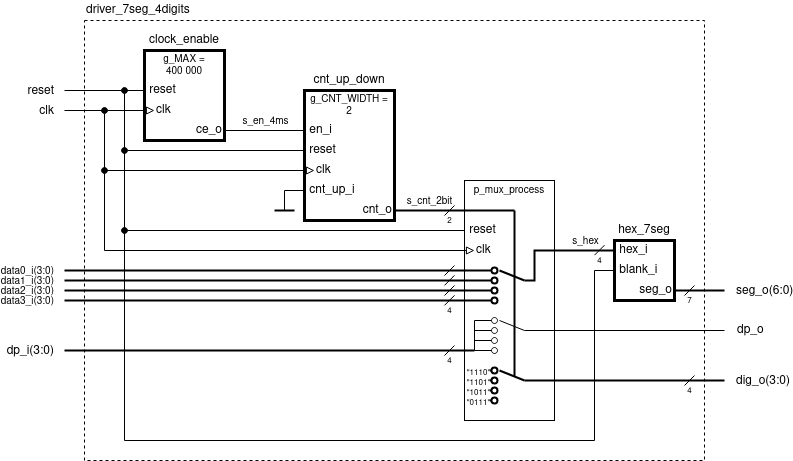
Above: labs/07-display_driver/images/schema_driver_4dig.png in tomas-fryza/vhdl-course (draw.io), before the change. Source tidied: cells renumbered, new cells last; positions are measured from the earlier drawing's top-left corner, leaving out a move shared by most shapes.
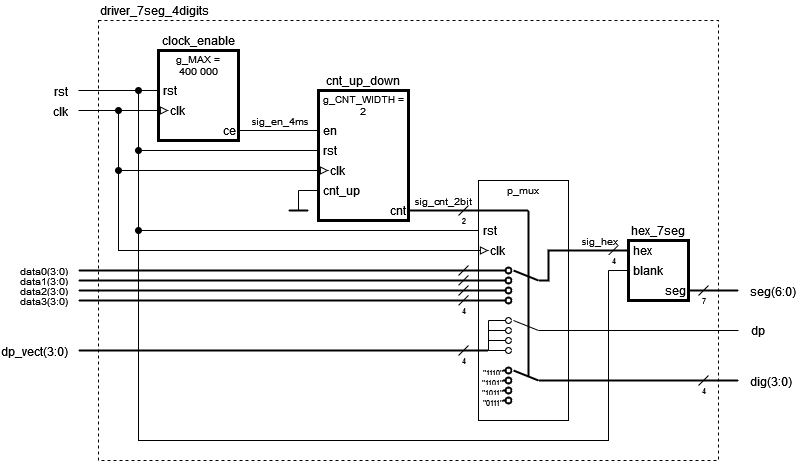
Later version of the same file.

Diff of the diagram source:
```diff
@@ -17,13 +17,13 @@
     <mxCell id="6" value="clock_enable" style="text;html=1;strokeColor=none;fillColor=none;align=center;verticalAlign=middle;whiteSpace=wrap;rounded=0;" parent="1" vertex="1">
       <mxGeometry x="80" y="30" width="80" height="20" as="geometry" />
     </mxCell>
-    <mxCell id="7" value="&lt;div&gt;&amp;nbsp;reset&lt;/div&gt;" style="text;html=1;strokeColor=none;fillColor=none;align=left;verticalAlign=middle;whiteSpace=wrap;rounded=0;" parent="1" vertex="1">
+    <mxCell id="7" value="&lt;div&gt;&amp;nbsp;rst&lt;/div&gt;" style="text;html=1;strokeColor=none;fillColor=none;align=left;verticalAlign=middle;whiteSpace=wrap;rounded=0;" parent="1" vertex="1">
       <mxGeometry x="80" y="80" width="70" height="20" as="geometry" />
     </mxCell>
     <mxCell id="8" value="clk" style="text;html=1;strokeColor=none;fillColor=none;align=left;verticalAlign=middle;whiteSpace=wrap;rounded=0;" parent="1" vertex="1">
       <mxGeometry x="90" y="100" width="70" height="20" as="geometry" />
     </mxCell>
-    <mxCell id="9" value="ce_o" style="text;html=1;strokeColor=none;fillColor=none;align=right;verticalAlign=middle;whiteSpace=wrap;rounded=0;" parent="1" vertex="1">
+    <mxCell id="9" value="ce" style="text;html=1;strokeColor=none;fillColor=none;align=right;verticalAlign=middle;whiteSpace=wrap;rounded=0;" parent="1" vertex="1">
       <mxGeometry x="100" y="120" width="60" height="20" as="geometry" />
     </mxCell>
     <mxCell id="10" style="endArrow=none;html=1;rounded=0;" parent="1" edge="1" target="7">
@@ -31,7 +31,7 @@
         <mxPoint y="90" as="sourcePoint" />
       </mxGeometry>
     </mxCell>
-    <mxCell id="11" value="reset" style="edgeLabel;html=1;align=right;verticalAlign=middle;fontSize=12;" parent="10" vertex="1">
+    <mxCell id="11" value="rst" style="edgeLabel;html=1;align=right;verticalAlign=middle;fontSize=12;" parent="10" vertex="1">
       <mxGeometry x="-0.83" relative="1" as="geometry">
         <mxPoint x="-17" as="offset" />
       </mxGeometry>
@@ -49,7 +49,7 @@
     <mxCell id="14" style="endArrow=none;html=1;rounded=0;" parent="1" edge="1" source="9" target="19">
       <mxGeometry relative="1" as="geometry" />
     </mxCell>
-    <mxCell id="15" value="s_en_4ms" style="edgeLabel;html=1;align=center;verticalAlign=middle;fontSize=10;" parent="14" vertex="1">
+    <mxCell id="15" value="sig_en_4ms" style="edgeLabel;html=1;align=center;verticalAlign=middle;fontSize=10;" parent="14" vertex="1">
       <mxGeometry x="0.34" relative="1" as="geometry">
         <mxPoint x="-14" y="-10" as="offset" />
       </mxGeometry>
@@ -63,19 +63,19 @@
     <mxCell id="18" value="cnt_up_down" style="text;html=1;strokeColor=none;fillColor=none;align=center;verticalAlign=middle;whiteSpace=wrap;rounded=0;" parent="1" vertex="1">
       <mxGeometry x="240" y="70" width="90" height="20" as="geometry" />
     </mxCell>
-    <mxCell id="19" value="&amp;nbsp;en_i" style="text;html=1;strokeColor=none;fillColor=none;align=left;verticalAlign=middle;whiteSpace=wrap;rounded=0;" parent="1" vertex="1">
+    <mxCell id="19" value="&amp;nbsp;en" style="text;html=1;strokeColor=none;fillColor=none;align=left;verticalAlign=middle;whiteSpace=wrap;rounded=0;" parent="1" vertex="1">
       <mxGeometry x="240" y="120" width="70" height="20" as="geometry" />
     </mxCell>
-    <mxCell id="20" value="&amp;nbsp;reset" style="text;html=1;strokeColor=none;fillColor=none;align=left;verticalAlign=middle;whiteSpace=wrap;rounded=0;" parent="1" vertex="1">
+    <mxCell id="20" value="&amp;nbsp;rst" style="text;html=1;strokeColor=none;fillColor=none;align=left;verticalAlign=middle;whiteSpace=wrap;rounded=0;" parent="1" vertex="1">
       <mxGeometry x="240" y="140" width="70" height="20" as="geometry" />
     </mxCell>
     <mxCell id="21" value="clk" style="text;html=1;strokeColor=none;fillColor=none;align=left;verticalAlign=middle;whiteSpace=wrap;rounded=0;" parent="1" vertex="1">
       <mxGeometry x="250" y="160" width="70" height="20" as="geometry" />
     </mxCell>
-    <mxCell id="22" value="&amp;nbsp;cnt_up_i" style="text;html=1;strokeColor=none;fillColor=none;align=left;verticalAlign=middle;whiteSpace=wrap;rounded=0;" parent="1" vertex="1">
+    <mxCell id="22" value="&amp;nbsp;cnt_up" style="text;html=1;strokeColor=none;fillColor=none;align=left;verticalAlign=middle;whiteSpace=wrap;rounded=0;" parent="1" vertex="1">
       <mxGeometry x="240" y="180" width="70" height="20" as="geometry" />
     </mxCell>
-    <mxCell id="23" value="cnt_o" style="text;html=1;strokeColor=none;fillColor=none;align=right;verticalAlign=middle;whiteSpace=wrap;rounded=0;" parent="1" vertex="1">
+    <mxCell id="23" value="cnt" style="text;html=1;strokeColor=none;fillColor=none;align=right;verticalAlign=middle;whiteSpace=wrap;rounded=0;" parent="1" vertex="1">
       <mxGeometry x="270" y="200" width="60" height="20" as="geometry" />
     </mxCell>
     <mxCell id="24" style="endArrow=none;html=1;fontSize=10;entryX=0;entryY=0.5;entryDx=0;entryDy=0;rounded=0;startArrow=oval;startFill=1;" parent="1" edge="1" target="20">
@@ -111,13 +111,13 @@
     <mxCell id="30" value="hex_7seg" style="text;html=1;strokeColor=none;fillColor=none;align=center;verticalAlign=middle;whiteSpace=wrap;rounded=0;" parent="1" vertex="1">
       <mxGeometry x="550" y="220" width="60" height="20" as="geometry" />
     </mxCell>
-    <mxCell id="31" value="&amp;nbsp;hex_i" style="text;html=1;strokeColor=none;fillColor=none;align=left;verticalAlign=middle;whiteSpace=wrap;rounded=0;" parent="1" vertex="1">
+    <mxCell id="31" value="&amp;nbsp;hex" style="text;html=1;strokeColor=none;fillColor=none;align=left;verticalAlign=middle;whiteSpace=wrap;rounded=0;" parent="1" vertex="1">
       <mxGeometry x="550" y="240" width="70" height="20" as="geometry" />
     </mxCell>
-    <mxCell id="32" value="&amp;nbsp;blank_i" style="text;html=1;strokeColor=none;fillColor=none;align=left;verticalAlign=middle;whiteSpace=wrap;rounded=0;" parent="1" vertex="1">
+    <mxCell id="32" value="&amp;nbsp;blank" style="text;html=1;strokeColor=none;fillColor=none;align=left;verticalAlign=middle;whiteSpace=wrap;rounded=0;" parent="1" vertex="1">
       <mxGeometry x="550" y="260" width="70" height="20" as="geometry" />
     </mxCell>
-    <mxCell id="33" value="seg_o" style="text;html=1;strokeColor=none;fillColor=none;align=right;verticalAlign=middle;whiteSpace=wrap;rounded=0;" parent="1" vertex="1">
+    <mxCell id="33" value="seg" style="text;html=1;strokeColor=none;fillColor=none;align=right;verticalAlign=middle;whiteSpace=wrap;rounded=0;" parent="1" vertex="1">
       <mxGeometry x="560" y="280" width="50" height="20" as="geometry" />
     </mxCell>
     <mxCell id="34" style="endArrow=none;html=1;rounded=0;fontSize=10;strokeWidth=2;" parent="1" edge="1" source="23">
@@ -125,7 +125,7 @@
         <mxPoint x="400" y="210" as="targetPoint" />
       </mxGeometry>
     </mxCell>
-    <mxCell id="35" value="s_cnt_2bit" style="edgeLabel;html=1;align=center;verticalAlign=middle;fontSize=10;" parent="34" vertex="1">
+    <mxCell id="35" value="sig_cnt_2bit" style="edgeLabel;html=1;align=center;verticalAlign=middle;fontSize=10;" parent="34" vertex="1">
       <mxGeometry x="0.2" relative="1" as="geometry">
         <mxPoint x="-8" y="-10" as="offset" />
       </mxGeometry>
@@ -135,7 +135,7 @@
         <mxPoint x="660" y="290" as="targetPoint" />
       </mxGeometry>
     </mxCell>
-    <mxCell id="37" value="seg_o(6:0)" style="edgeLabel;html=1;align=left;verticalAlign=middle;fontSize=12;" parent="36" vertex="1">
+    <mxCell id="37" value="seg(6:0)" style="edgeLabel;html=1;align=left;verticalAlign=middle;fontSize=12;" parent="36" vertex="1">
       <mxGeometry x="0.49" y="1" relative="1" as="geometry">
         <mxPoint x="23" y="1" as="offset" />
       </mxGeometry>
@@ -146,7 +146,7 @@
         <mxPoint x="660" y="380" as="targetPoint" />
       </mxGeometry>
     </mxCell>
-    <mxCell id="39" value="dig_o(3:0)" style="edgeLabel;html=1;align=left;verticalAlign=middle;fontSize=12;" parent="38" vertex="1">
+    <mxCell id="39" value="dig(3:0)" style="edgeLabel;html=1;align=left;verticalAlign=middle;fontSize=12;" parent="38" vertex="1">
       <mxGeometry x="0.79" y="3" relative="1" as="geometry">
         <mxPoint x="31" y="3" as="offset" />
       </mxGeometry>
@@ -199,7 +199,7 @@
         <mxPoint x="230" y="210" as="targetPoint" />
       </mxGeometry>
     </mxCell>
-    <mxCell id="49" value="p_mux_process" style="text;html=1;strokeColor=none;fillColor=none;align=center;verticalAlign=middle;whiteSpace=wrap;rounded=0;fontSize=10;" parent="1" vertex="1">
+    <mxCell id="49" value="p_mux" style="text;html=1;strokeColor=none;fillColor=none;align=center;verticalAlign=middle;whiteSpace=wrap;rounded=0;fontSize=10;" parent="1" vertex="1">
       <mxGeometry x="400" y="180" width="90" height="20" as="geometry" />
     </mxCell>
     <mxCell id="50" style="endArrow=none;html=1;rounded=0;fontSize=10;fontColor=#FF3333;strokeWidth=2;" parent="1" edge="1">
@@ -208,7 +208,7 @@
         <mxPoint x="450" y="210" as="targetPoint" />
       </mxGeometry>
     </mxCell>
-    <mxCell id="51" value="&amp;nbsp;reset" style="text;html=1;strokeColor=none;fillColor=none;align=left;verticalAlign=middle;whiteSpace=wrap;rounded=0;" parent="1" vertex="1">
+    <mxCell id="51" value="&amp;nbsp;rst" style="text;html=1;strokeColor=none;fillColor=none;align=left;verticalAlign=middle;whiteSpace=wrap;rounded=0;" parent="1" vertex="1">
       <mxGeometry x="400" y="220" width="70" height="20" as="geometry" />
     </mxCell>
     <mxCell id="52" value="clk" style="text;html=1;strokeColor=none;fillColor=none;align=left;verticalAlign=middle;whiteSpace=wrap;rounded=0;" parent="1" vertex="1">
@@ -233,7 +233,7 @@
         <mxPoint x="430" y="270" as="targetPoint" />
       </mxGeometry>
     </mxCell>
-    <mxCell id="56" value="data0_i(3:0)" style="edgeLabel;html=1;align=right;verticalAlign=middle;fontSize=10;" parent="55" vertex="1">
+    <mxCell id="56" value="data0(3:0)" style="edgeLabel;html=1;align=right;verticalAlign=middle;fontSize=10;" parent="55" vertex="1">
       <mxGeometry x="-0.98" relative="1" as="geometry">
         <mxPoint x="-15" as="offset" />
       </mxGeometry>
@@ -244,7 +244,7 @@
         <mxPoint x="430" y="280" as="targetPoint" />
       </mxGeometry>
     </mxCell>
-    <mxCell id="58" value="data1_i(3:0)" style="edgeLabel;html=1;align=right;verticalAlign=middle;fontSize=10;" parent="57" vertex="1">
+    <mxCell id="58" value="data1(3:0)" style="edgeLabel;html=1;align=right;verticalAlign=middle;fontSize=10;" parent="57" vertex="1">
       <mxGeometry x="-0.96" y="1" relative="1" as="geometry">
         <mxPoint x="-19" y="1" as="offset" />
       </mxGeometry>
@@ -255,7 +255,7 @@
         <mxPoint x="430" y="290" as="targetPoint" />
       </mxGeometry>
     </mxCell>
-    <mxCell id="60" value="data2_i(3:0)" style="edgeLabel;html=1;align=right;verticalAlign=middle;fontSize=10;" parent="59" vertex="1">
+    <mxCell id="60" value="data2(3:0)" style="edgeLabel;html=1;align=right;verticalAlign=middle;fontSize=10;" parent="59" vertex="1">
       <mxGeometry x="-0.95" relative="1" as="geometry">
         <mxPoint x="-20" as="offset" />
       </mxGeometry>
@@ -266,7 +266,7 @@
         <mxPoint x="430" y="300" as="targetPoint" />
       </mxGeometry>
     </mxCell>
-    <mxCell id="62" value="data3_i(3:0)" style="edgeLabel;html=1;align=right;verticalAlign=middle;fontSize=10;" parent="61" vertex="1">
+    <mxCell id="62" value="data3(3:0)" style="edgeLabel;html=1;align=right;verticalAlign=middle;fontSize=10;" parent="61" vertex="1">
       <mxGeometry x="-0.95" y="1" relative="1" as="geometry">
         <mxPoint x="-21" y="1" as="offset" />
       </mxGeometry>
@@ -280,7 +280,7 @@
         </Array>
       </mxGeometry>
     </mxCell>
-    <mxCell id="64" value="s_hex" style="edgeLabel;html=1;align=center;verticalAlign=middle;fontSize=10;fontColor=#000000;" parent="63" vertex="1">
+    <mxCell id="64" value="sig_hex" style="edgeLabel;html=1;align=center;verticalAlign=middle;fontSize=10;fontColor=#000000;" parent="63" vertex="1">
       <mxGeometry x="0.43" y="1" relative="1" as="geometry">
         <mxPoint x="4" y="-9" as="offset" />
       </mxGeometry>
@@ -299,8 +299,8 @@
     </mxCell>
     <mxCell id="67" style="endArrow=none;html=1;rounded=0;fontSize=10;strokeWidth=1;" parent="1" edge="1">
       <mxGeometry relative="1" as="geometry">
-        <mxPoint x="530" y="254.7" as="sourcePoint" />
-        <mxPoint x="540" y="244.7" as="targetPoint" />
+        <mxPoint x="530" y="254.6" as="sourcePoint" />
+        <mxPoint x="540" y="244.6" as="targetPoint" />
       </mxGeometry>
     </mxCell>
     <mxCell id="68" value="4" style="edgeLabel;html=1;align=center;verticalAlign=middle;fontSize=8;" parent="67" vertex="1">
@@ -314,7 +314,7 @@
         <mxPoint x="410" y="350" as="targetPoint" />
       </mxGeometry>
     </mxCell>
-    <mxCell id="70" value="dp_i(3:0)" style="edgeLabel;html=1;align=right;verticalAlign=middle;fontSize=12;" parent="69" vertex="1">
+    <mxCell id="70" value="dp_vect(3:0)" style="edgeLabel;html=1;align=right;verticalAlign=middle;fontSize=12;" parent="69" vertex="1">
       <mxGeometry x="-0.96" relative="1" as="geometry">
         <mxPoint x="-17" as="offset" />
       </mxGeometry>
@@ -395,7 +395,7 @@
         <mxPoint x="660" y="330" as="targetPoint" />
       </mxGeometry>
     </mxCell>
-    <mxCell id="84" value="dp_o" style="edgeLabel;html=1;align=left;verticalAlign=middle;fontSize=12;" parent="83" vertex="1">
+    <mxCell id="84" value="dp" style="edgeLabel;html=1;align=left;verticalAlign=middle;fontSize=12;" parent="83" vertex="1">
       <mxGeometry x="0.82" y="1" relative="1" as="geometry">
         <mxPoint x="29" as="offset" />
       </mxGeometry>
```
